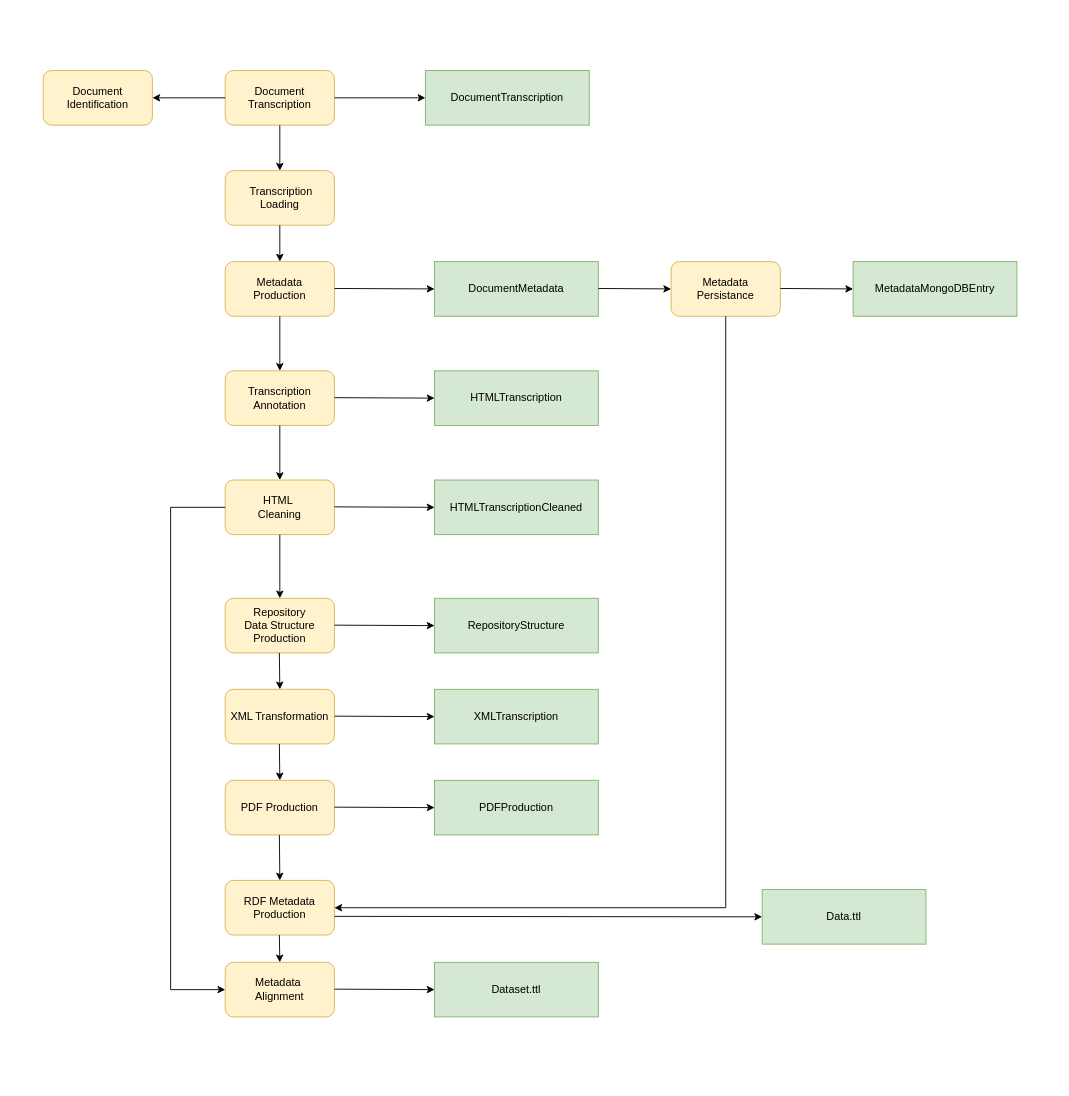
Earlier version of the draw.io diagram page "Pagina-2" (2 of 2) of Diagramma senza titolo.drawio (EricaAndreose/LaboratorySPM). Source tidied: cells renumbered, new cells numbered last; positions are measured from the earlier drawing's top-left corner, leaving out a move shared by most shapes. Both pictures are drawn from the tidied source at 91%, with x=0, y=0 at pixel (43, 70).
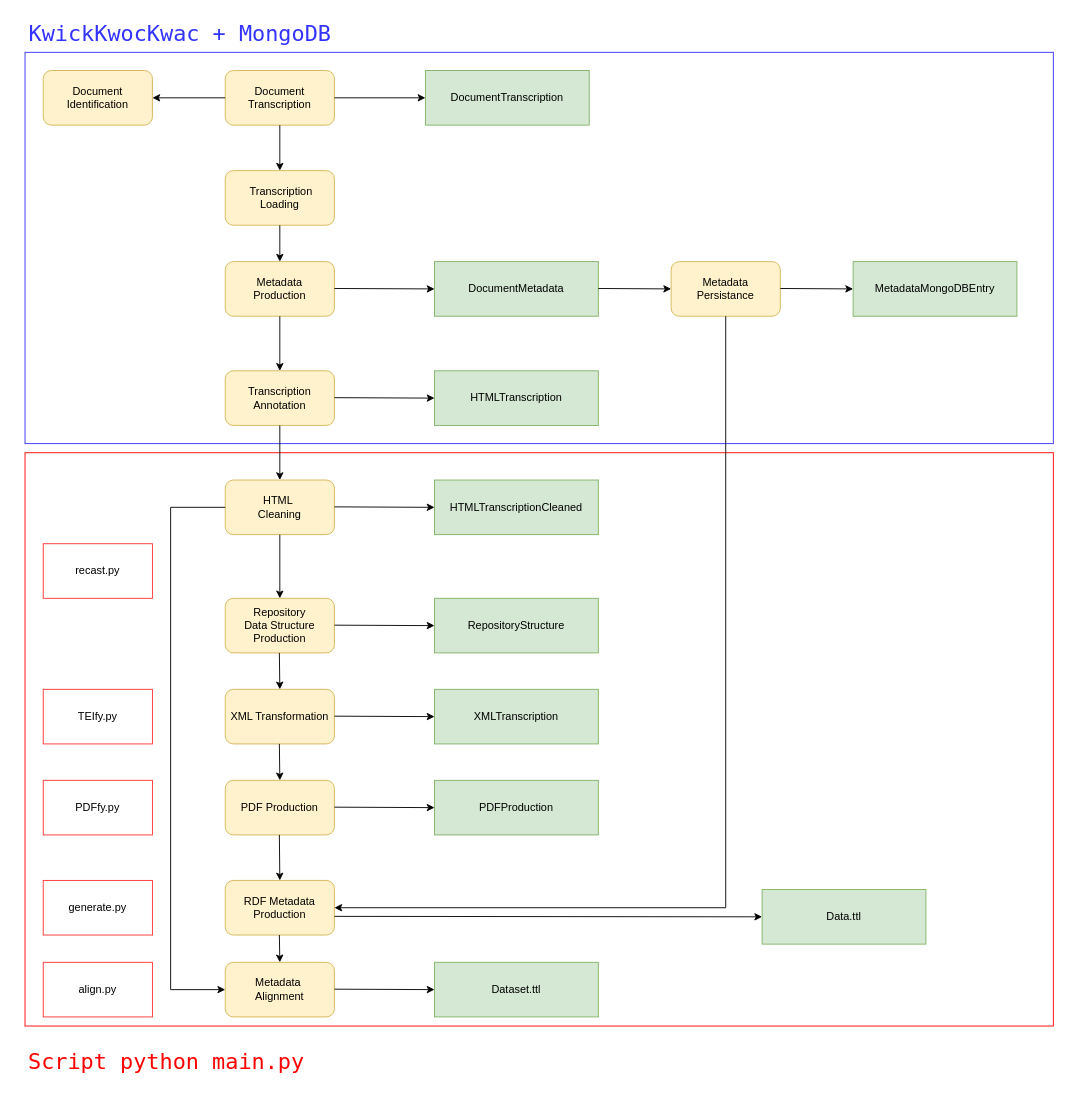
After the change.

The edit, as a diff of the source:
```diff
@@
+    <mxCell id="47" style="rounded=0;whiteSpace=wrap;html=1;fillColor=none;strokeColor=#3333FF;" parent="1" vertex="1">
+      <mxGeometry x="-20" y="-20" width="1130" height="430" as="geometry" />
+    </mxCell>
+    <mxCell id="48" style="rounded=0;whiteSpace=wrap;html=1;fillColor=none;strokeColor=#ff0000;" parent="1" vertex="1">
+      <mxGeometry x="-20" y="420" width="1130" height="630" as="geometry" />
+    </mxCell>
@@
+    <mxCell id="49" value="&lt;font color=&quot;#3333ff&quot; face=&quot;Lucida Console&quot; style=&quot;font-size: 24px;&quot;&gt;KwickKwocKwac + MongoDB&lt;/font&gt;" style="text;html=1;align=center;verticalAlign=middle;strokeColor=none;fillColor=none;" parent="1" vertex="1">
+      <mxGeometry x="-30" y="-60" width="360" height="40" as="geometry" />
+    </mxCell>
+    <mxCell id="50" value="&lt;font color=&quot;#ff0000&quot; face=&quot;Lucida Console&quot; style=&quot;font-size: 24px;&quot;&gt;Script python main.py&lt;/font&gt;" style="text;html=1;align=center;verticalAlign=middle;strokeColor=none;fillColor=none;" parent="1" vertex="1">
+      <mxGeometry x="-30" y="1070" width="330" height="40" as="geometry" />
+    </mxCell>
+    <mxCell id="51" value="recast.py" style="rounded=0;whiteSpace=wrap;html=1;fillColor=none;strokeColor=#FF3333;" parent="1" vertex="1">
+      <mxGeometry y="520" width="120" height="60" as="geometry" />
+    </mxCell>
+    <mxCell id="52" value="TEIfy.py" style="rounded=0;whiteSpace=wrap;html=1;fillColor=none;strokeColor=#FF3333;" parent="1" vertex="1">
+      <mxGeometry y="680" width="120" height="60" as="geometry" />
+    </mxCell>
+    <mxCell id="53" value="PDFfy.py" style="rounded=0;whiteSpace=wrap;html=1;fillColor=none;strokeColor=#FF3333;" parent="1" vertex="1">
+      <mxGeometry y="780" width="120" height="60" as="geometry" />
+    </mxCell>
+    <mxCell id="54" value="generate.py" style="rounded=0;whiteSpace=wrap;html=1;fillColor=none;strokeColor=#FF3333;" parent="1" vertex="1">
+      <mxGeometry y="890" width="120" height="60" as="geometry" />
+    </mxCell>
+    <mxCell id="55" value="align.py" style="rounded=0;whiteSpace=wrap;html=1;fillColor=none;strokeColor=#FF3333;" parent="1" vertex="1">
+      <mxGeometry y="980" width="120" height="60" as="geometry" />
+    </mxCell>
```
